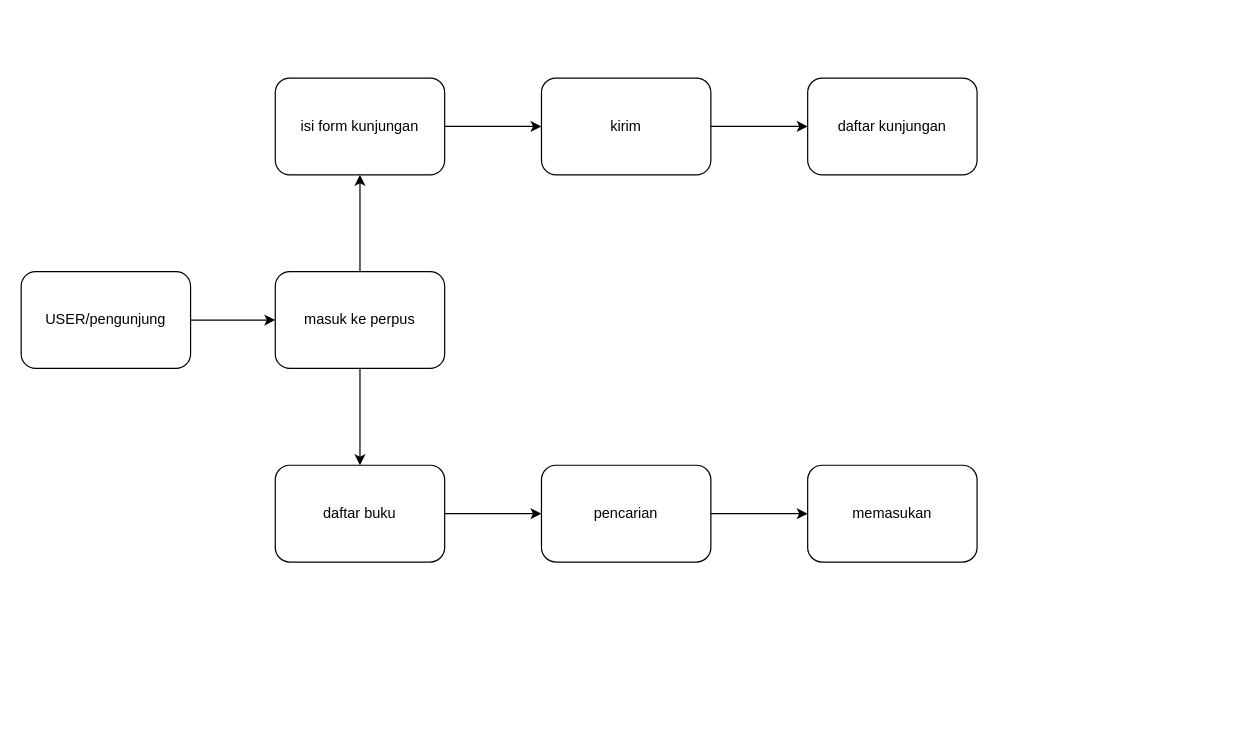
Ifattt/tefa-perpus-digital keeps this draw.io diagram as alur-perpus-digital.drawio. Above is the earlier version. Source tidied: cells renumbered, new cells numbered last; positions are measured from the earlier drawing's top-left corner, leaving out a move shared by most shapes. Both pictures are drawn from the tidied source at 121%, with x=0, y=0 at pixel (21, 77).
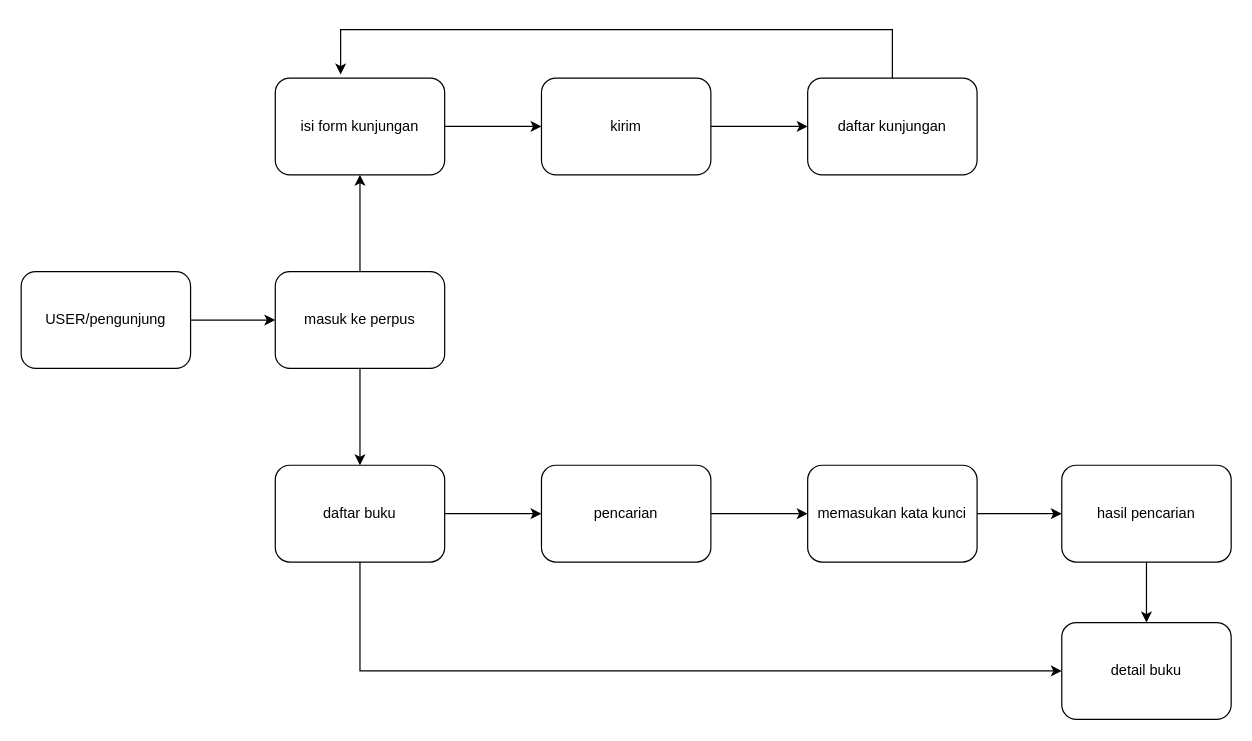
After the change.

The change refers to these unchanged cells:
```xml
<mxCell id="8" value="isi form kunjungan" style="rounded=1;whiteSpace=wrap;html=1;" parent="1" vertex="1">
  <mxGeometry x="210" width="140" height="80" as="geometry" />
</mxCell>
<mxCell id="11" value="daftar kunjungan" style="rounded=1;whiteSpace=wrap;html=1;" parent="1" vertex="1">
  <mxGeometry x="650" width="140" height="80" as="geometry" />
</mxCell>
```

Change to the diagram source:
```diff
@@
+    <mxCell id="17" style="edgeStyle=orthogonalEdgeStyle;rounded=0;jettySize=auto;html=1;" parent="1" edge="1" target="22">
+      <mxGeometry relative="1" as="geometry">
+        <mxPoint x="280" y="380" as="sourcePoint" />
+        <Array as="points">
+          <mxPoint x="280" y="490" />
+        </Array>
+      </mxGeometry>
+    </mxCell>
@@
+    <mxCell id="18" style="edgeStyle=orthogonalEdgeStyle;rounded=0;jettySize=auto;html=1;" parent="1" edge="1" source="16" target="21">
+      <mxGeometry relative="1" as="geometry" />
+    </mxCell>
-    <mxCell id="16" value="memasukan" style="rounded=1;whiteSpace=wrap;html=1;" parent="1" vertex="1">
+    <mxCell id="16" value="memasukan kata kunci" style="rounded=1;whiteSpace=wrap;html=1;" parent="1" vertex="1">
       <mxGeometry x="650" y="320" width="140" height="80" as="geometry" />
     </mxCell>
+    <mxCell id="19" style="edgeStyle=orthogonalEdgeStyle;rounded=0;jettySize=auto;html=1;entryX=0.386;entryY=-0.037;entryDx=0;entryDy=0;entryPerimeter=0;" parent="1" edge="1" source="11" target="8">
+      <mxGeometry relative="1" as="geometry">
+        <Array as="points">
+          <mxPoint x="720" y="-40" />
+          <mxPoint x="264" y="-40" />
+        </Array>
+      </mxGeometry>
+    </mxCell>
+    <mxCell id="20" style="edgeStyle=orthogonalEdgeStyle;rounded=0;jettySize=auto;html=1;" parent="1" edge="1" source="21" target="22">
+      <mxGeometry relative="1" as="geometry" />
+    </mxCell>
+    <mxCell id="21" value="hasil pencarian" style="rounded=1;whiteSpace=wrap;html=1;" parent="1" vertex="1">
+      <mxGeometry x="860" y="320" width="140" height="80" as="geometry" />
+    </mxCell>
+    <mxCell id="22" value="detail buku" style="rounded=1;whiteSpace=wrap;html=1;" parent="1" vertex="1">
+      <mxGeometry x="860" y="450" width="140" height="80" as="geometry" />
+    </mxCell>
```
